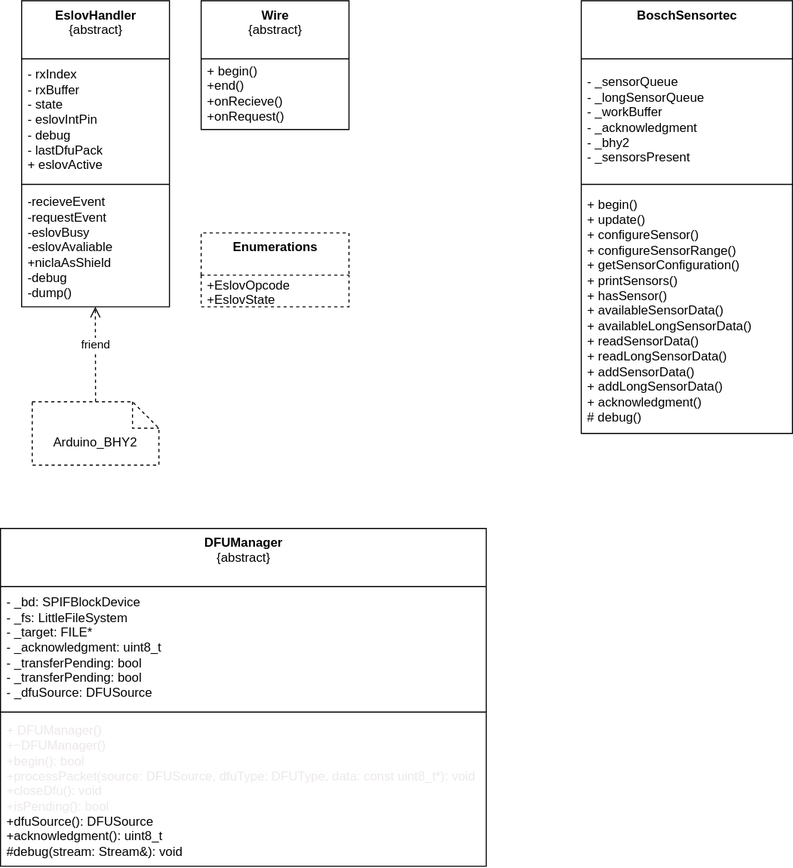
This is Arduino_BHY2/Arduino_BHY2.UML.drawio.svg from arduino/nicla-sense-me-fw, a draw.io export, as it was before one commit. Source tidied: cells renumbered, new cells last; positions are measured from the earlier drawing's top-left corner, leaving out a move shared by most shapes.
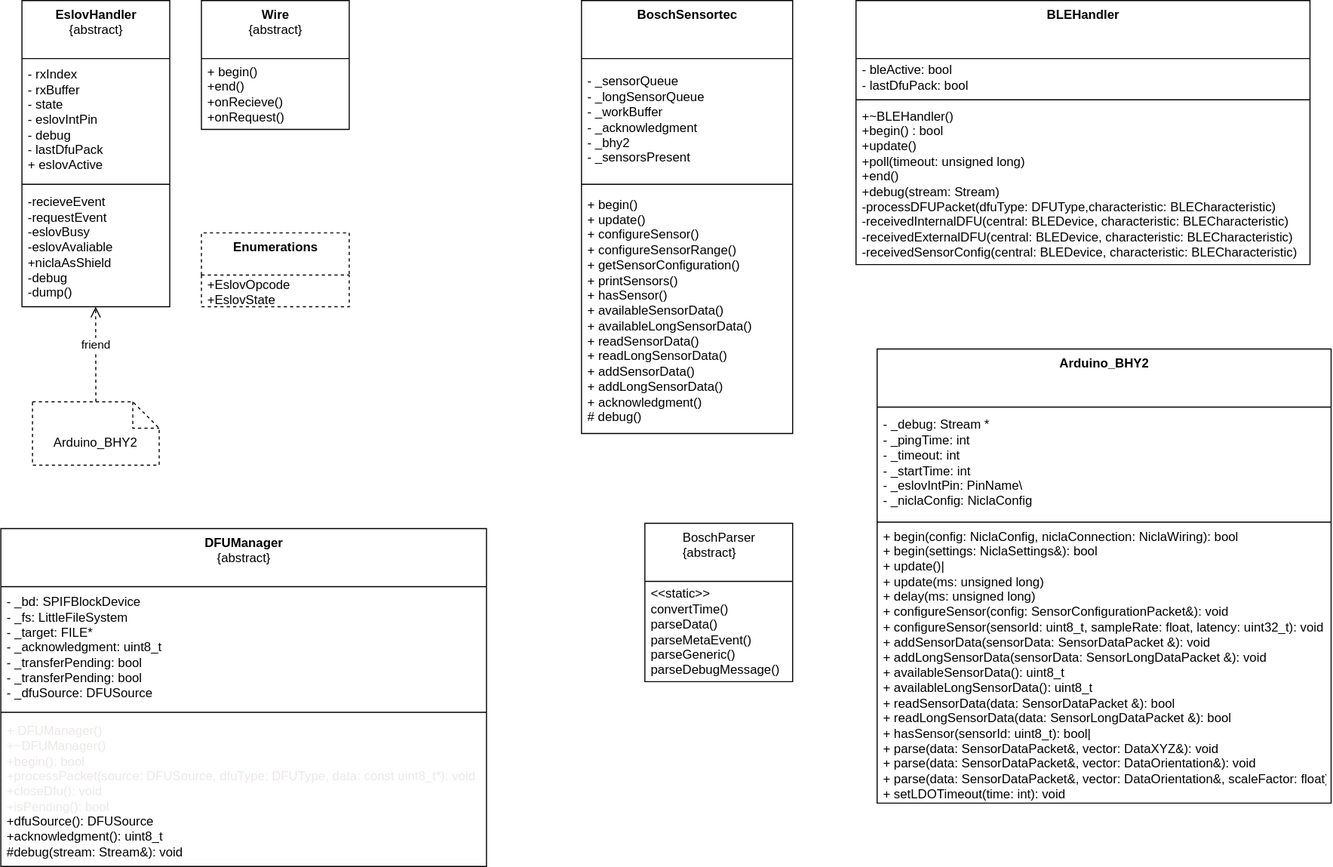
After the change.

Diff of the diagram source:
```diff
@@ -59,5 +59,35 @@
     <mxCell id="19" value="+ begin()&lt;br&gt;+ update()&lt;br&gt;+ configureSensor()&lt;br&gt;+ configureSensorRange()&lt;br&gt;+ getSensorConfiguration()&lt;br&gt;+ printSensors()&lt;br&gt;+ hasSensor()&lt;br&gt;+ availableSensorData()&lt;br&gt;+ availableLongSensorData()&lt;br&gt;+ readSensorData()&lt;br&gt;+ readLongSensorData()&lt;br&gt;+ addSensorData() &lt;br&gt;+ addLongSensorData()&lt;br&gt;&amp;nbsp;+ acknowledgment()&lt;br&gt;# debug()" style="text;html=1;strokeColor=none;fillColor=none;align=left;verticalAlign=middle;spacingLeft=4;spacingRight=4;overflow=hidden;" parent="16" vertex="1">
       <mxGeometry y="178" width="200" height="232" as="geometry" />
     </mxCell>
+    <mxCell id="20" value="&lt;span style=&quot;text-align: left;&quot;&gt;BoschParser&lt;br&gt;&lt;div style=&quot;text-align: left;&quot;&gt;&lt;span style=&quot;background-color: initial; text-align: center;&quot;&gt;{abstract}&lt;/span&gt;&lt;/div&gt;&lt;/span&gt;" style="swimlane;fontStyle=0;align=center;verticalAlign=top;horizontal=1;startSize=55;html=1;" parent="1" vertex="1">
+      <mxGeometry x="610" y="495" width="140" height="150" as="geometry" />
+    </mxCell>
+    <mxCell id="21" value="&amp;lt;&amp;lt;static&amp;gt;&amp;gt;&lt;br&gt;convertTime()&lt;br&gt;parseData()&lt;br&gt;parseMetaEvent()&lt;br&gt;parseGeneric()&lt;br&gt;parseDebugMessage()&amp;nbsp;" style="text;html=1;strokeColor=none;fillColor=none;align=left;verticalAlign=middle;spacingLeft=4;spacingRight=4;overflow=hidden;" parent="20" vertex="1">
+      <mxGeometry y="55" width="140" height="95" as="geometry" />
+    </mxCell>
+    <mxCell id="22" value="&lt;b&gt;BLEHandler&lt;br&gt;&lt;/b&gt;" style="swimlane;fontStyle=0;align=center;verticalAlign=top;horizontal=1;startSize=55;html=1;" parent="1" vertex="1">
+      <mxGeometry x="810" width="430" height="250" as="geometry" />
+    </mxCell>
+    <mxCell id="23" value="- bleActive: bool&lt;br&gt;- lastDfuPack: bool" style="text;html=1;strokeColor=none;fillColor=none;align=left;verticalAlign=middle;spacingLeft=4;spacingRight=4;overflow=hidden;" parent="22" vertex="1">
+      <mxGeometry y="55" width="430" height="35" as="geometry" />
+    </mxCell>
+    <mxCell id="24" style="line;strokeWidth=1;fillColor=none;align=left;verticalAlign=middle;spacingTop=-1;spacingLeft=3;spacingRight=3;labelPosition=right;" parent="22" vertex="1">
+      <mxGeometry y="90" width="430" height="8" as="geometry" />
+    </mxCell>
+    <mxCell id="25" value="+~BLEHandler()&lt;br&gt;+begin() : bool&lt;br&gt;+update()&lt;br&gt;+poll(timeout: unsigned long)&lt;br&gt;+end()&lt;br&gt;+debug(stream: Stream)&lt;br&gt;-processDFUPacket(dfuType: DFUType,characteristic: BLECharacteristic)&lt;br&gt;-receivedInternalDFU(central: BLEDevice, characteristic: BLECharacteristic)&lt;br&gt;-receivedExternalDFU(central: BLEDevice, characteristic: BLECharacteristic)&lt;br&gt;-receivedSensorConfig(central: BLEDevice, characteristic: BLECharacteristic)" style="text;html=1;strokeColor=none;fillColor=none;align=left;verticalAlign=middle;spacingLeft=4;spacingRight=4;overflow=hidden;" parent="22" vertex="1">
+      <mxGeometry y="98" width="430" height="152" as="geometry" />
+    </mxCell>
+    <mxCell id="26" value="&lt;b&gt;Arduino_BHY2&lt;br&gt;&lt;/b&gt;" style="swimlane;fontStyle=0;align=center;verticalAlign=top;horizontal=1;startSize=55;html=1;" parent="1" vertex="1">
+      <mxGeometry x="830" y="330" width="430" height="430" as="geometry" />
+    </mxCell>
+    <mxCell id="27" value="- _debug: Stream *&lt;br&gt;- _pingTime: int&amp;nbsp;&lt;br&gt;&amp;nbsp;- _timeout: int&lt;br&gt;- _startTime: int &lt;br&gt;- _eslovIntPin: PinName\&lt;br&gt;- _niclaConfig: NiclaConfig" style="text;html=1;strokeColor=none;fillColor=none;align=left;verticalAlign=middle;spacingLeft=4;spacingRight=4;overflow=hidden;" parent="26" vertex="1">
+      <mxGeometry y="55" width="430" height="105" as="geometry" />
+    </mxCell>
+    <mxCell id="28" style="line;strokeWidth=1;fillColor=none;align=left;verticalAlign=middle;spacingTop=-1;spacingLeft=3;spacingRight=3;labelPosition=right;" parent="26" vertex="1">
+      <mxGeometry y="160" width="430" height="8" as="geometry" />
+    </mxCell>
+    <mxCell id="29" value="+ begin(config: NiclaConfig, niclaConnection: NiclaWiring): bool&lt;br&gt;+ begin(settings: NiclaSettings&amp;amp;): bool&lt;br&gt;+ update()|&lt;br&gt;+ update(ms: unsigned long)&lt;br&gt;+ delay(ms: unsigned long)&lt;br&gt;+ configureSensor(config: SensorConfigurationPacket&amp;amp;): void&lt;br&gt;+ configureSensor(sensorId: uint8_t, sampleRate: float, latency: uint32_t): void&lt;br&gt;+ addSensorData(sensorData: SensorDataPacket &amp;amp;): void&lt;br&gt;+ addLongSensorData(sensorData: SensorLongDataPacket &amp;amp;): void&lt;br&gt;+ availableSensorData(): uint8_t&lt;br&gt;+ availableLongSensorData(): uint8_t&lt;br&gt;+ readSensorData(data: SensorDataPacket &amp;amp;): bool&lt;br&gt;+ readLongSensorData(data: SensorLongDataPacket &amp;amp;): bool&lt;br&gt;+ hasSensor(sensorId: uint8_t): bool|&lt;br&gt;+ parse(data: SensorDataPacket&amp;amp;, vector: DataXYZ&amp;amp;): void&lt;br&gt;+ parse(data: SensorDataPacket&amp;amp;, vector: DataOrientation&amp;amp;): void&lt;br&gt;+ parse(data: SensorDataPacket&amp;amp;, vector: DataOrientation&amp;amp;, scaleFactor: float): void&lt;br&gt;+ setLDOTimeout(time: int): void&lt;br&gt;+ debug(stream: Stream &amp;amp;): void" style="text;html=1;strokeColor=none;fillColor=none;align=left;verticalAlign=middle;spacingLeft=4;spacingRight=4;overflow=hidden;" parent="26" vertex="1">
+      <mxGeometry y="168" width="430" height="262" as="geometry" />
+    </mxCell>
   </root>
 </mxGraphModel>
```
